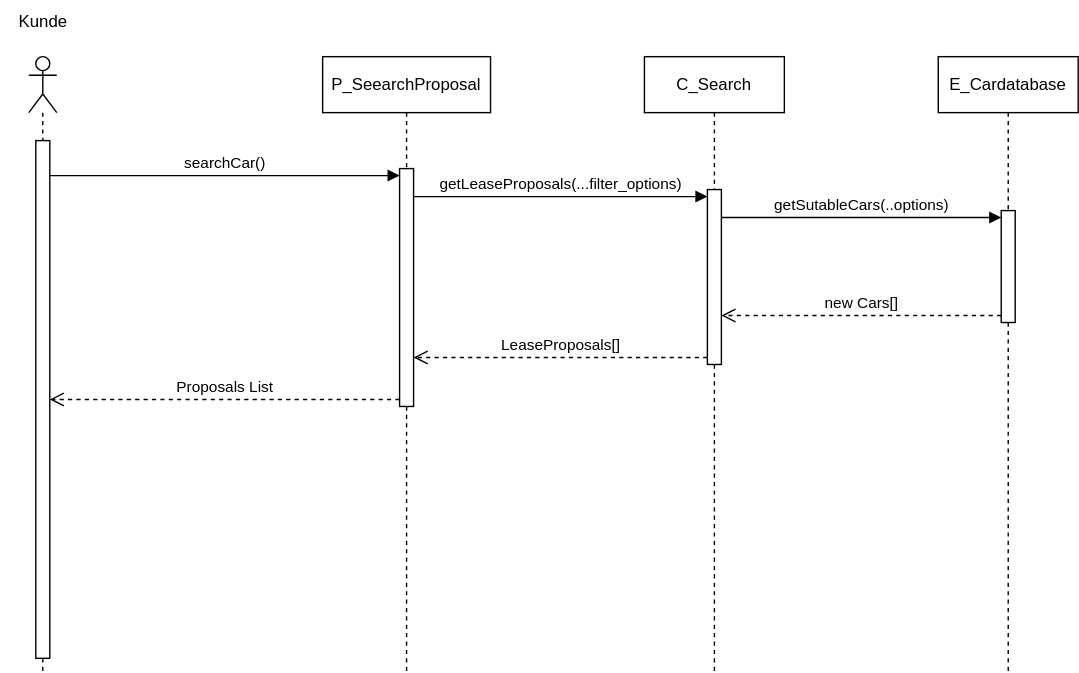
Before: sw-eng-05.drawio.svg, a diagram exported from draw.io (MassimiIiano/software-eng-projects-uni). Source tidied: cells renumbered, new cells last; positions are measured from the earlier drawing's top-left corner, leaving out a move shared by most shapes.
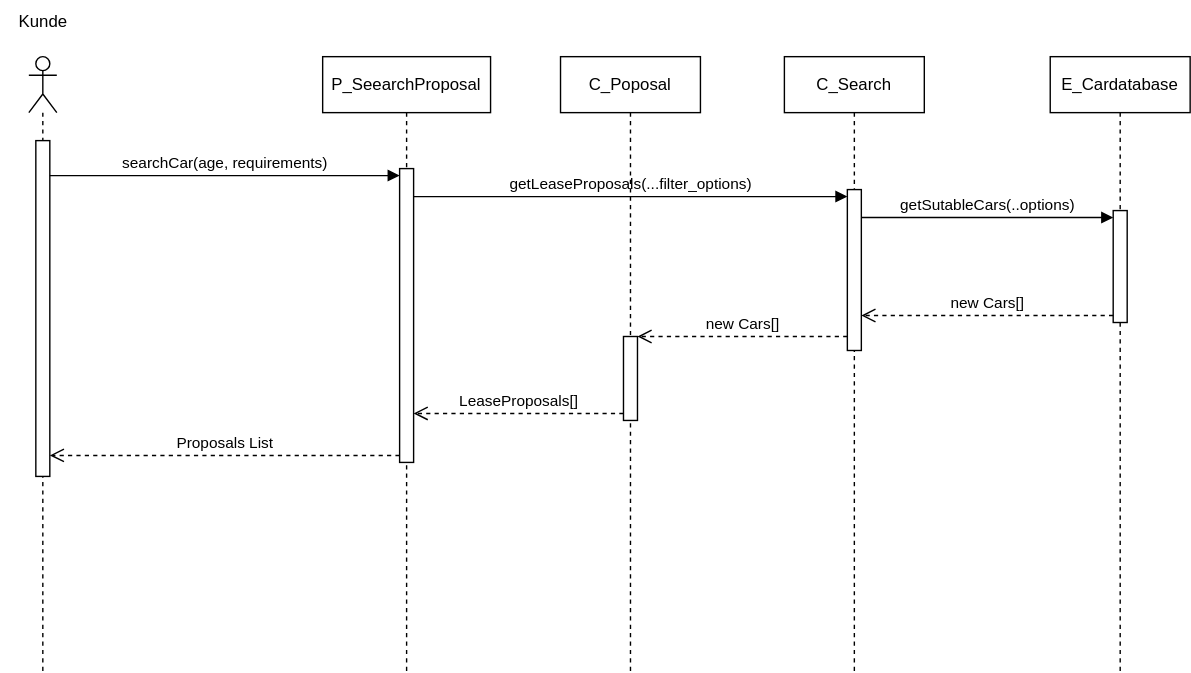
After the change.

The edit, as a diff of the source:
```diff
@@ -6,27 +6,27 @@
       <mxGeometry x="20" y="40" width="20" height="440" as="geometry" />
     </mxCell>
     <mxCell id="3" style="html=1;points=[[0,0,0,0,5],[0,1,0,0,-5],[1,0,0,0,5],[1,1,0,0,-5]];perimeter=orthogonalPerimeter;outlineConnect=0;targetShapes=umlLifeline;portConstraint=eastwest;newEdgeStyle={&quot;curved&quot;:0,&quot;rounded&quot;:0};" parent="2" vertex="1">
-      <mxGeometry x="5" y="60" width="10" height="370" as="geometry" />
+      <mxGeometry x="5" y="60" width="10" height="240" as="geometry" />
     </mxCell>
     <mxCell id="4" value="P_SeearchProposal" style="shape=umlLifeline;perimeter=lifelinePerimeter;whiteSpace=wrap;html=1;newEdgeStyle={&quot;curved&quot;:0,&quot;rounded&quot;:0};" parent="1" vertex="1">
       <mxGeometry x="230" y="40" width="120" height="440" as="geometry" />
     </mxCell>
     <mxCell id="5" style="html=1;points=[[0,0,0,0,5],[0,1,0,0,-5],[1,0,0,0,5],[1,1,0,0,-5]];perimeter=orthogonalPerimeter;outlineConnect=0;targetShapes=umlLifeline;portConstraint=eastwest;newEdgeStyle={&quot;curved&quot;:0,&quot;rounded&quot;:0};" parent="4" vertex="1">
-      <mxGeometry x="55" y="80" width="10" height="170" as="geometry" />
+      <mxGeometry x="55" y="80" width="10" height="210" as="geometry" />
     </mxCell>
     <mxCell id="6" value="C_Search" style="shape=umlLifeline;perimeter=lifelinePerimeter;whiteSpace=wrap;html=1;newEdgeStyle={&quot;curved&quot;:0,&quot;rounded&quot;:0};" parent="1" vertex="1">
-      <mxGeometry x="460" y="40" width="100" height="440" as="geometry" />
+      <mxGeometry x="560" y="40" width="100" height="440" as="geometry" />
     </mxCell>
     <mxCell id="7" style="html=1;points=[[0,0,0,0,5],[0,1,0,0,-5],[1,0,0,0,5],[1,1,0,0,-5]];perimeter=orthogonalPerimeter;outlineConnect=0;targetShapes=umlLifeline;portConstraint=eastwest;newEdgeStyle={&quot;curved&quot;:0,&quot;rounded&quot;:0};" parent="6" vertex="1">
-      <mxGeometry x="45" y="95" width="10" height="125" as="geometry" />
+      <mxGeometry x="45" y="95" width="10" height="115" as="geometry" />
     </mxCell>
     <mxCell id="8" value="E_Cardatabase" style="shape=umlLifeline;perimeter=lifelinePerimeter;whiteSpace=wrap;html=1;newEdgeStyle={&quot;curved&quot;:0,&quot;rounded&quot;:0};" parent="1" vertex="1">
-      <mxGeometry x="670" y="40" width="100" height="440" as="geometry" />
+      <mxGeometry x="750" y="40" width="100" height="440" as="geometry" />
     </mxCell>
     <mxCell id="9" style="html=1;points=[[0,0,0,0,5],[0,1,0,0,-5],[1,0,0,0,5],[1,1,0,0,-5]];perimeter=orthogonalPerimeter;outlineConnect=0;targetShapes=umlLifeline;portConstraint=eastwest;newEdgeStyle={&quot;curved&quot;:0,&quot;rounded&quot;:0};" parent="8" vertex="1">
       <mxGeometry x="45" y="110" width="10" height="80" as="geometry" />
     </mxCell>
-    <mxCell id="10" value="searchCar()" style="html=1;verticalAlign=bottom;endArrow=block;curved=0;rounded=0;entryX=0;entryY=0;entryDx=0;entryDy=5;" parent="1" edge="1" source="3" target="5">
+    <mxCell id="10" value="searchCar(age, requirements)" style="html=1;verticalAlign=bottom;endArrow=block;curved=0;rounded=0;entryX=0;entryY=0;entryDx=0;entryDy=5;" parent="1" edge="1" source="3" target="5">
       <mxGeometry relative="1" as="geometry" />
     </mxCell>
     <mxCell id="11" value="Proposals List" style="html=1;verticalAlign=bottom;endArrow=open;dashed=1;endSize=8;curved=0;rounded=0;exitX=0;exitY=1;exitDx=0;exitDy=-5;" parent="1" edge="1" source="5" target="3">
@@ -35,9 +35,6 @@
     <mxCell id="12" value="getLeaseProposals(...filter_options)" style="html=1;verticalAlign=bottom;endArrow=block;curved=0;rounded=0;entryX=0;entryY=0;entryDx=0;entryDy=5;" parent="1" edge="1" source="5" target="7">
       <mxGeometry relative="1" as="geometry" />
     </mxCell>
-    <mxCell id="13" value="LeaseProposals[]" style="html=1;verticalAlign=bottom;endArrow=open;dashed=1;endSize=8;curved=0;rounded=0;exitX=0;exitY=1;exitDx=0;exitDy=-5;" parent="1" edge="1" source="7" target="5">
-      <mxGeometry relative="1" as="geometry" />
-    </mxCell>
     <mxCell id="14" value="getSutableCars(..options)" style="html=1;verticalAlign=bottom;endArrow=block;curved=0;rounded=0;entryX=0;entryY=0;entryDx=0;entryDy=5;" parent="1" edge="1" source="7" target="9">
       <mxGeometry relative="1" as="geometry" />
     </mxCell>
@@ -47,5 +44,17 @@
     <mxCell id="16" value="Kunde" style="text;html=1;align=center;verticalAlign=middle;strokeColor=none;fillColor=none;" parent="1" vertex="1">
       <mxGeometry width="60" height="30" as="geometry" />
     </mxCell>
+    <mxCell id="17" value="C_Poposal" style="shape=umlLifeline;perimeter=lifelinePerimeter;whiteSpace=wrap;html=1;newEdgeStyle={&quot;curved&quot;:0,&quot;rounded&quot;:0};" parent="1" vertex="1">
+      <mxGeometry x="400" y="40" width="100" height="440" as="geometry" />
+    </mxCell>
+    <mxCell id="18" style="html=1;points=[[0,0,0,0,5],[0,1,0,0,-5],[1,0,0,0,5],[1,1,0,0,-5]];perimeter=orthogonalPerimeter;outlineConnect=0;targetShapes=umlLifeline;portConstraint=eastwest;newEdgeStyle={&quot;curved&quot;:0,&quot;rounded&quot;:0};" parent="17" vertex="1">
+      <mxGeometry x="45" y="200" width="10" height="60" as="geometry" />
+    </mxCell>
+    <mxCell id="13" value="LeaseProposals[]" style="html=1;verticalAlign=bottom;endArrow=open;dashed=1;endSize=8;curved=0;rounded=0;exitX=0;exitY=1;exitDx=0;exitDy=-5;exitPerimeter=0;" parent="1" edge="1" source="18" target="5">
+      <mxGeometry relative="1" as="geometry" />
+    </mxCell>
+    <mxCell id="19" value="new Cars[]" style="html=1;verticalAlign=bottom;endArrow=open;dashed=1;endSize=8;curved=0;rounded=0;" parent="1" edge="1" source="7" target="18">
+      <mxGeometry relative="1" as="geometry" />
+    </mxCell>
   </root>
 </mxGraphModel>
```
